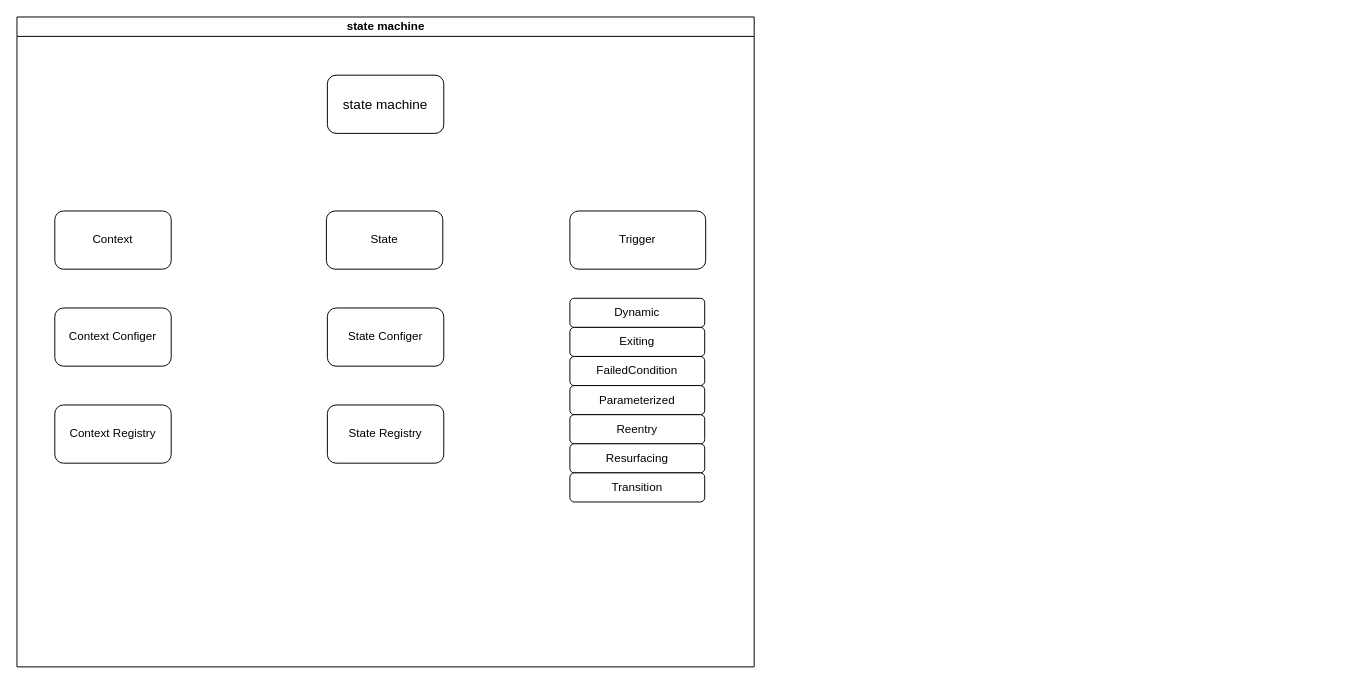
Before: statemachine-domain.drawio in aoxiangdegezi/hello-world, a draw.io diagram. Source tidied: cells renumbered, new cells numbered last; positions are measured from the earlier drawing's top-left corner, leaving out a move shared by most shapes. Both pictures are drawn from the tidied source at 97%, with x=0, y=0 at pixel (16, 16).
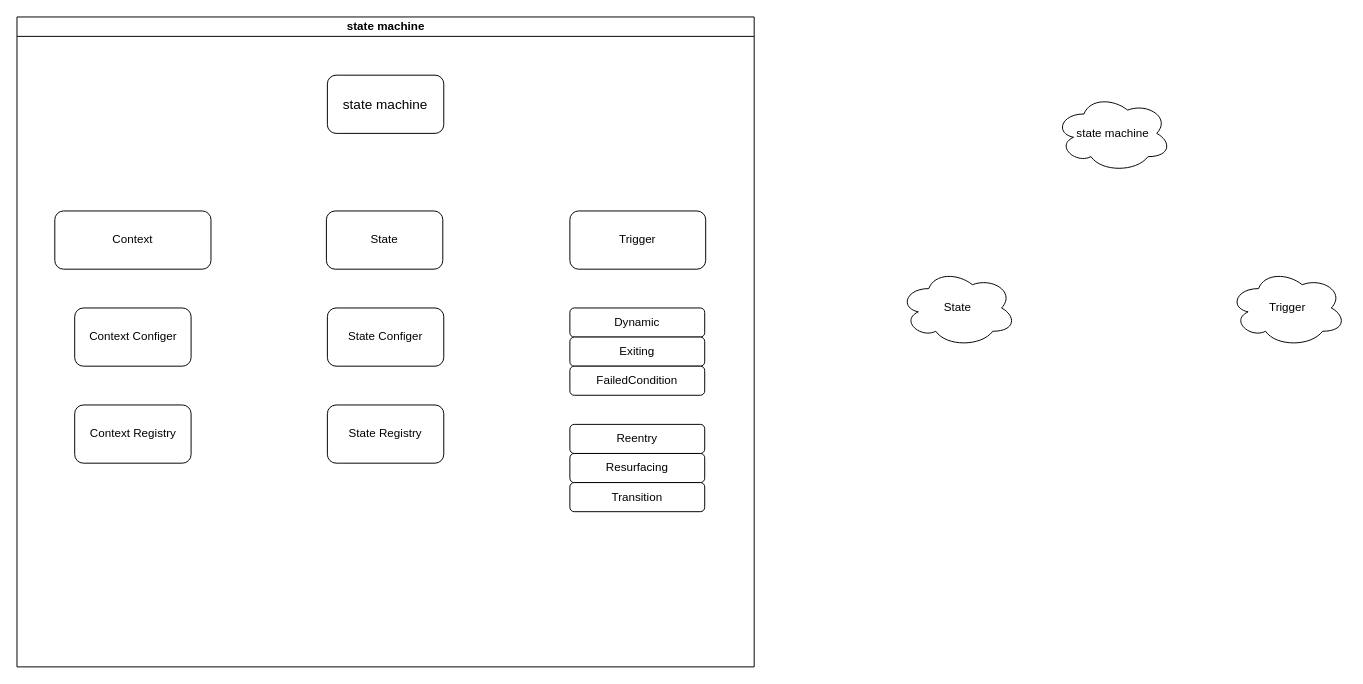
Above is the later version.

Change to the diagram source:
```diff
@@
 <mxGraphModel>
   <root>
     <mxCell id="0" />
     <mxCell id="1" parent="0" />
     <mxCell id="2" value="state machine" style="swimlane;html=1;startSize=20;horizontal=1;containerType=tree;glass=0;" parent="1" vertex="1">
       <mxGeometry width="760" height="670" as="geometry" />
     </mxCell>
     <mxCell id="3" value="&lt;font style=&quot;font-size: 14px;&quot;&gt;state machine&lt;/font&gt;" style="rounded=1;whiteSpace=wrap;html=1;" parent="2" vertex="1">
       <mxGeometry x="320" y="60" width="120" height="60" as="geometry" />
     </mxCell>
     <mxCell id="4" value="State" style="rounded=1;whiteSpace=wrap;html=1;" parent="2" vertex="1">
       <mxGeometry x="319" y="200" width="120" height="60" as="geometry" />
     </mxCell>
     <mxCell id="5" value="Context" style="rounded=1;whiteSpace=wrap;html=1;" parent="2" vertex="1">
-      <mxGeometry x="39" y="200" width="120" height="60" as="geometry" />
+      <mxGeometry x="39" y="200" width="161" height="60" as="geometry" />
     </mxCell>
     <mxCell id="6" value="Trigger" style="rounded=1;whiteSpace=wrap;html=1;" parent="2" vertex="1">
       <mxGeometry x="570" y="200" width="140" height="60" as="geometry" />
     </mxCell>
     <mxCell id="7" value="Context Configer" style="rounded=1;whiteSpace=wrap;html=1;" parent="2" vertex="1">
-      <mxGeometry x="39" y="300" width="120" height="60" as="geometry" />
+      <mxGeometry x="59.5" y="300" width="120" height="60" as="geometry" />
     </mxCell>
     <mxCell id="8" value="Context Registry" style="rounded=1;whiteSpace=wrap;html=1;" parent="2" vertex="1">
-      <mxGeometry x="39" y="400" width="120" height="60" as="geometry" />
+      <mxGeometry x="59.5" y="400" width="120" height="60" as="geometry" />
     </mxCell>
     <mxCell id="9" value="State Configer" style="rounded=1;whiteSpace=wrap;html=1;" parent="2" vertex="1">
       <mxGeometry x="320" y="300" width="120" height="60" as="geometry" />
     </mxCell>
     <mxCell id="10" value="State Registry" style="rounded=1;whiteSpace=wrap;html=1;" parent="2" vertex="1">
       <mxGeometry x="320" y="400" width="120" height="60" as="geometry" />
     </mxCell>
     <mxCell id="11" value="Dynamic" style="rounded=1;whiteSpace=wrap;html=1;" parent="2" vertex="1">
-      <mxGeometry x="570" y="290" width="139" height="30" as="geometry" />
+      <mxGeometry x="570" y="300" width="139" height="30" as="geometry" />
     </mxCell>
     <mxCell id="12" value="Exiting" style="rounded=1;whiteSpace=wrap;html=1;" parent="2" vertex="1">
-      <mxGeometry x="570" y="320" width="139" height="30" as="geometry" />
+      <mxGeometry x="570" y="330" width="139" height="30" as="geometry" />
     </mxCell>
     <mxCell id="13" value="FailedCondition" style="rounded=1;whiteSpace=wrap;html=1;" parent="2" vertex="1">
-      <mxGeometry x="570" y="350" width="139" height="30" as="geometry" />
+      <mxGeometry x="570" y="360" width="139" height="30" as="geometry" />
     </mxCell>
-    <mxCell id="14" value="Parameterized" style="rounded=1;whiteSpace=wrap;html=1;" parent="2" vertex="1">
-      <mxGeometry x="570" y="380" width="139" height="30" as="geometry" />
-    </mxCell>
     <mxCell id="15" value="Reentry" style="rounded=1;whiteSpace=wrap;html=1;" parent="2" vertex="1">
-      <mxGeometry x="570" y="410" width="139" height="30" as="geometry" />
+      <mxGeometry x="570" y="420" width="139" height="30" as="geometry" />
     </mxCell>
     <mxCell id="16" value="Resurfacing" style="rounded=1;whiteSpace=wrap;html=1;" parent="2" vertex="1">
-      <mxGeometry x="570" y="440" width="139" height="30" as="geometry" />
+      <mxGeometry x="570" y="450" width="139" height="30" as="geometry" />
     </mxCell>
     <mxCell id="17" value="Transition" style="rounded=1;whiteSpace=wrap;html=1;" parent="2" vertex="1">
-      <mxGeometry x="570" y="470" width="139" height="30" as="geometry" />
+      <mxGeometry x="570" y="480" width="139" height="30" as="geometry" />
     </mxCell>
+    <mxCell id="18" value="state machine" style="ellipse;shape=cloud;whiteSpace=wrap;html=1;" parent="1" vertex="1">
+      <mxGeometry x="1070" y="80" width="120" height="80" as="geometry" />
+    </mxCell>
+    <mxCell id="19" value="State" style="ellipse;shape=cloud;whiteSpace=wrap;html=1;" parent="1" vertex="1">
+      <mxGeometry x="910" y="260" width="120" height="80" as="geometry" />
+    </mxCell>
+    <mxCell id="20" value="Trigger" style="ellipse;shape=cloud;whiteSpace=wrap;html=1;" parent="1" vertex="1">
+      <mxGeometry x="1250" y="260" width="120" height="80" as="geometry" />
+    </mxCell>
   </root>
 </mxGraphModel>
```
